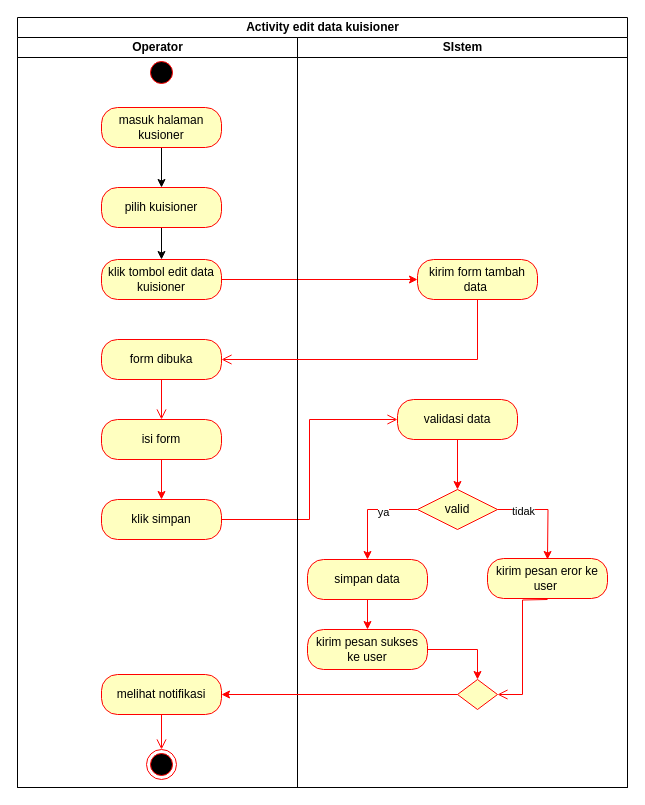
The draw.io diagram activity edit data kuisioner.drawio in zzarr/Tugas-Akhir, before the edit. Source tidied: cells renumbered, new cells numbered last; positions are measured from the earlier drawing's top-left corner, leaving out a move shared by most shapes. Both pictures are drawn from the tidied source at 100%, with x=0, y=0 at pixel (17, 17).
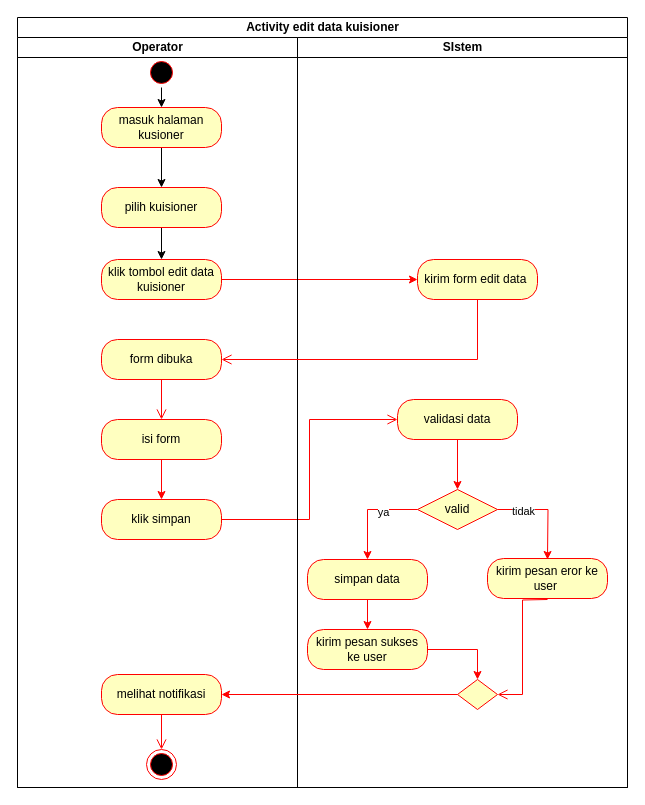
After the change.

The change refers to these unchanged cells:
```xml
<mxCell id="3" value="Operator" style="swimlane;startSize=20;html=1;" parent="2" vertex="1">
  <mxGeometry y="20" width="280" height="750" as="geometry" />
</mxCell>
<mxCell id="4" style="ellipse;html=1;shape=startState;fillColor=#000000;strokeColor=#ff0000;" parent="3" vertex="1">
  <mxGeometry x="129" y="20" width="30" height="30" as="geometry" />
</mxCell>
<mxCell id="16" value="masuk halaman kusioner" style="rounded=1;whiteSpace=wrap;html=1;arcSize=40;fontColor=#000000;fillColor=#ffffc0;strokeColor=#ff0000;" parent="3" vertex="1">
  <mxGeometry x="84" y="70" width="120" height="40" as="geometry" />
</mxCell>
<mxCell id="21" value="SIstem" style="swimlane;startSize=20;html=1;" parent="2" vertex="1">
  <mxGeometry x="280" y="20" width="330" height="750" as="geometry" />
</mxCell>
```

Change to the diagram source:
```diff
@@
+    <mxCell id="39" style="edgeStyle=orthogonalEdgeStyle;rounded=0;jettySize=auto;html=1;exitX=0.5;exitY=1;exitDx=0;exitDy=0;entryX=0.5;entryY=0;entryDx=0;entryDy=0;" parent="3" edge="1" source="4" target="16">
+      <mxGeometry relative="1" as="geometry" />
+    </mxCell>
@@
-    <mxCell id="22" value="kirim form tambah data&amp;nbsp;" style="rounded=1;whiteSpace=wrap;html=1;arcSize=40;fontColor=#000000;fillColor=#ffffc0;strokeColor=#ff0000;" parent="21" vertex="1">
+    <mxCell id="22" value="kirim form edit data&amp;nbsp;" style="rounded=1;whiteSpace=wrap;html=1;arcSize=40;fontColor=#000000;fillColor=#ffffc0;strokeColor=#ff0000;" parent="21" vertex="1">
       <mxGeometry x="120" y="222" width="120" height="40" as="geometry" />
     </mxCell>
```
